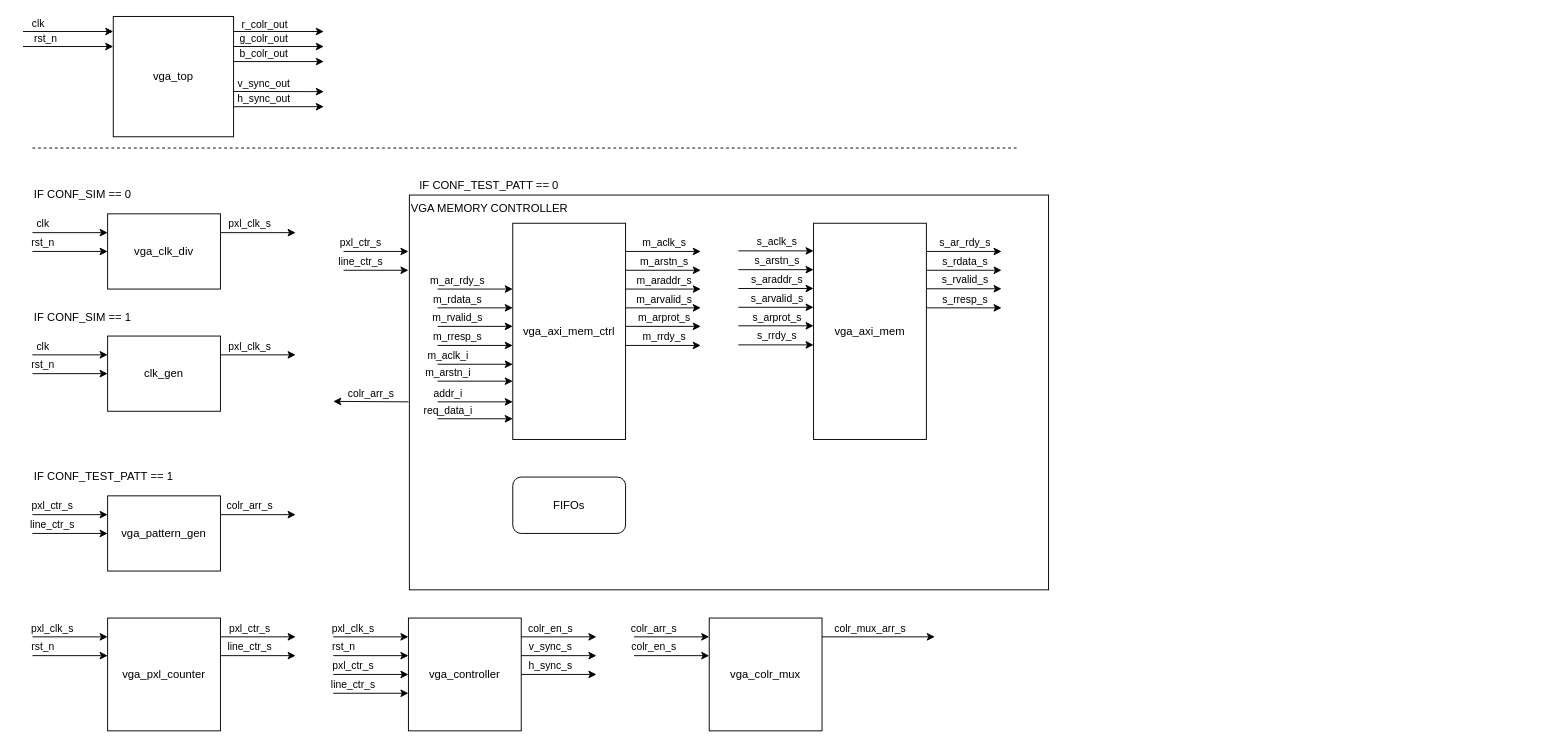
Before: page "vga_arch_int_BRAM" (3 of 4) of docs/top_lvl_block_diagram.drawio in T-Szymk/VGA_Controller, a draw.io diagram. Source tidied: cells renumbered, new cells numbered last; positions are measured from the earlier drawing's top-left corner, leaving out a move shared by most shapes. Both pictures are drawn from the tidied source at 94%, with x=0, y=0 at pixel (23, 16).
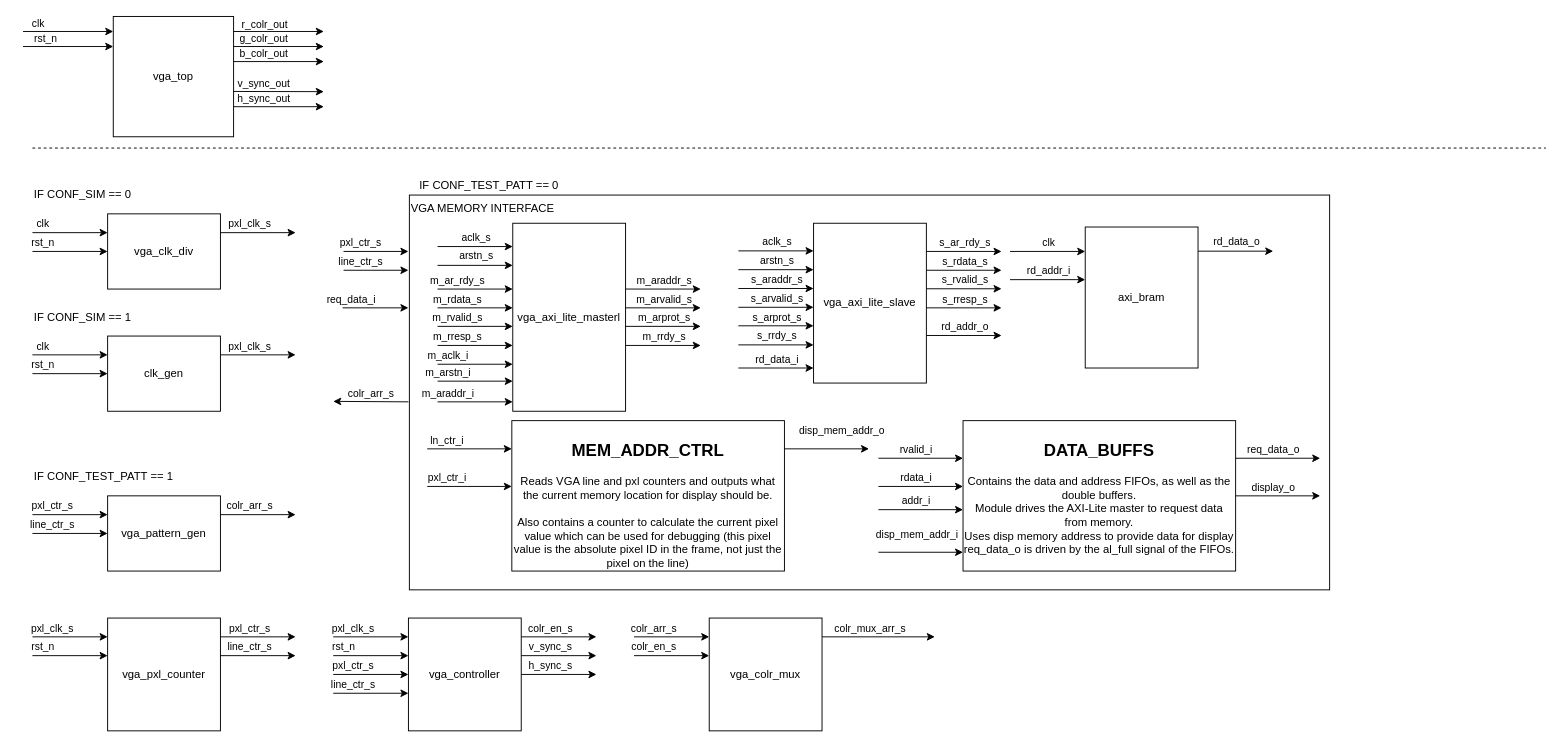
The same page after the edit.

Commit message (it also covers changes not shown here):
update architectural drawing of memory interface, finalise memory interface model and add do file

The change refers to these unchanged cells:
```xml
<mxCell id="95" style="endArrow=classic;html=1;rounded=0;entryX=0;entryY=0.25;entryDx=0;entryDy=0;" parent="1" edge="1">
  <mxGeometry relative="1" as="geometry">
    <mxPoint x="761" y="249.4" as="sourcePoint" />
    <mxPoint x="841" y="249.4" as="targetPoint" />
  </mxGeometry>
</mxCell>
<mxCell id="97" style="endArrow=classic;html=1;rounded=0;entryX=0;entryY=0.25;entryDx=0;entryDy=0;" parent="1" edge="1">
  <mxGeometry relative="1" as="geometry">
    <mxPoint x="761" y="269.4" as="sourcePoint" />
    <mxPoint x="841" y="269.4" as="targetPoint" />
  </mxGeometry>
</mxCell>
<mxCell id="122" style="endArrow=classic;html=1;rounded=0;entryX=0;entryY=0.25;entryDx=0;entryDy=0;" parent="1" edge="1">
  <mxGeometry relative="1" as="geometry">
    <mxPoint x="441" y="410" as="sourcePoint" />
    <mxPoint x="521" y="410" as="targetPoint" />
  </mxGeometry>
</mxCell>
```

The edit, as a diff of the source:
```diff
@@
-    <mxCell id="2" value="VGA MEMORY CONTROLLER" style="rounded=0;whiteSpace=wrap;html=1;fillColor=default;align=left;verticalAlign=top;" parent="1" vertex="1">
-      <mxGeometry x="411" y="190" width="680" height="420" as="geometry" />
+    <mxCell id="2" value="VGA MEMORY INTERFACE" style="rounded=0;whiteSpace=wrap;html=1;fillColor=default;align=left;verticalAlign=top;" parent="1" vertex="1">
+      <mxGeometry x="411" y="190" width="979" height="420" as="geometry" />
     </mxCell>
@@
     <mxCell id="67" style="endArrow=none;dashed=1;html=1;rounded=0;" parent="1" edge="1">
       <mxGeometry relative="1" as="geometry">
         <mxPoint x="10" y="140" as="sourcePoint" />
-        <mxPoint x="1060" y="140" as="targetPoint" />
+        <mxPoint x="1620" y="140" as="targetPoint" />
       </mxGeometry>
     </mxCell>
-    <mxCell id="68" value="vga_axi_mem_ctrl" style="rounded=0;whiteSpace=wrap;html=1;" parent="1" vertex="1">
-      <mxGeometry x="521" y="220" width="120" height="230" as="geometry" />
+    <mxCell id="68" value="vga_axi_lite_masterl" style="rounded=0;whiteSpace=wrap;html=1;" parent="1" vertex="1">
+      <mxGeometry x="521" y="220" width="120" height="200" as="geometry" />
     </mxCell>
@@
-    <mxCell id="70" value="vga_axi_mem" style="rounded=0;whiteSpace=wrap;html=1;" parent="1" vertex="1">
-      <mxGeometry x="841" y="220" width="120" height="230" as="geometry" />
+    <mxCell id="70" value="vga_axi_lite_slave" style="rounded=0;whiteSpace=wrap;html=1;" parent="1" vertex="1">
+      <mxGeometry x="841" y="220" width="120" height="170" as="geometry" />
     </mxCell>
@@
     <mxCell id="77" style="endArrow=classic;html=1;rounded=0;entryX=0;entryY=0.25;entryDx=0;entryDy=0;" parent="1" edge="1">
       <mxGeometry relative="1" as="geometry">
-        <mxPoint x="641" y="250" as="sourcePoint" />
-        <mxPoint x="721" y="250" as="targetPoint" />
+        <mxPoint x="441" y="244.8" as="sourcePoint" />
+        <mxPoint x="521" y="244.8" as="targetPoint" />
       </mxGeometry>
     </mxCell>
-    <mxCell id="78" value="m_aclk_s" style="edgeLabel;html=1;align=center;verticalAlign=middle;" parent="77" vertex="1">
+    <mxCell id="78" value="aclk_s" style="edgeLabel;html=1;align=center;verticalAlign=middle;" parent="77" vertex="1">
       <mxGeometry x="-0.47" y="2" relative="1" as="geometry">
         <mxPoint x="19" y="-8" as="offset" />
       </mxGeometry>
     </mxCell>
     <mxCell id="79" style="endArrow=classic;html=1;rounded=0;entryX=0;entryY=0.25;entryDx=0;entryDy=0;" parent="1" edge="1">
       <mxGeometry relative="1" as="geometry">
-        <mxPoint x="641" y="270" as="sourcePoint" />
-        <mxPoint x="721" y="270" as="targetPoint" />
+        <mxPoint x="441" y="264.8" as="sourcePoint" />
+        <mxPoint x="521" y="264.8" as="targetPoint" />
       </mxGeometry>
     </mxCell>
-    <mxCell id="80" value="m_arstn_s" style="edgeLabel;html=1;align=center;verticalAlign=middle;" parent="79" vertex="1">
+    <mxCell id="80" value="arstn_s" style="edgeLabel;html=1;align=center;verticalAlign=middle;" parent="79" vertex="1">
       <mxGeometry x="-0.47" y="2" relative="1" as="geometry">
         <mxPoint x="19" y="-8" as="offset" />
       </mxGeometry>
     </mxCell>
@@
-    <mxCell id="96" value="s_aclk_s" style="edgeLabel;html=1;align=center;verticalAlign=middle;" parent="95" vertex="1">
+    <mxCell id="96" value="aclk_s" style="edgeLabel;html=1;align=center;verticalAlign=middle;" parent="95" vertex="1">
       <mxGeometry x="-0.47" y="2" relative="1" as="geometry">
         <mxPoint x="19" y="-8" as="offset" />
       </mxGeometry>
     </mxCell>
@@
-    <mxCell id="98" value="s_arstn_s" style="edgeLabel;html=1;align=center;verticalAlign=middle;" parent="97" vertex="1">
+    <mxCell id="98" value="arstn_s" style="edgeLabel;html=1;align=center;verticalAlign=middle;" parent="97" vertex="1">
       <mxGeometry x="-0.47" y="2" relative="1" as="geometry">
         <mxPoint x="19" y="-8" as="offset" />
       </mxGeometry>
     </mxCell>
@@
-    <mxCell id="119" value="FIFOs" style="rounded=1;whiteSpace=wrap;html=1;" parent="1" vertex="1">
-      <mxGeometry x="521" y="490" width="120" height="60" as="geometry" />
-    </mxCell>
@@
-    <mxCell id="123" value="addr_i" style="edgeLabel;html=1;align=center;verticalAlign=middle;" parent="122" vertex="1">
+    <mxCell id="123" value="m_araddr_i" style="edgeLabel;html=1;align=center;verticalAlign=middle;" parent="122" vertex="1">
       <mxGeometry x="-0.5" y="2" relative="1" as="geometry">
         <mxPoint x="-10" y="-8" as="offset" />
       </mxGeometry>
     </mxCell>
     <mxCell id="124" style="endArrow=classic;html=1;rounded=0;entryX=0;entryY=0.25;entryDx=0;entryDy=0;" parent="1" edge="1">
       <mxGeometry relative="1" as="geometry">
-        <mxPoint x="441" y="428" as="sourcePoint" />
-        <mxPoint x="521" y="428" as="targetPoint" />
+        <mxPoint x="340" y="310" as="sourcePoint" />
+        <mxPoint x="410" y="310" as="targetPoint" />
       </mxGeometry>
     </mxCell>
@@
+    <mxCell id="126" value="&lt;h2&gt;MEM_ADDR_CTRL&lt;/h2&gt;&lt;div&gt;Reads VGA line and pxl counters and outputs what the current memory location for display should be.&lt;/div&gt;&lt;div&gt;&lt;br&gt;&lt;/div&gt;&lt;div&gt;Also contains a counter to calculate the current pixel value which can be used for debugging (this pixel value is the absolute pixel ID in the frame, not just the pixel on the line)&lt;br&gt;&lt;/div&gt;" style="rounded=0;whiteSpace=wrap;html=1;align=center;verticalAlign=top;" parent="1" vertex="1">
+      <mxGeometry x="520" y="430" width="290" height="160" as="geometry" />
+    </mxCell>
+    <mxCell id="127" style="endArrow=classic;html=1;rounded=0;" parent="1" edge="1">
+      <mxGeometry relative="1" as="geometry">
+        <mxPoint x="430" y="460" as="sourcePoint" />
+        <mxPoint x="520" y="460" as="targetPoint" />
+      </mxGeometry>
+    </mxCell>
+    <mxCell id="128" value="ln_ctr_i" style="edgeLabel;html=1;align=center;verticalAlign=middle;" parent="127" vertex="1">
+      <mxGeometry x="-0.63" relative="1" as="geometry">
+        <mxPoint x="3" y="-10" as="offset" />
+      </mxGeometry>
+    </mxCell>
+    <mxCell id="129" style="endArrow=classic;html=1;rounded=0;" parent="1" edge="1">
+      <mxGeometry relative="1" as="geometry">
+        <mxPoint x="430" y="500" as="sourcePoint" />
+        <mxPoint x="520" y="500" as="targetPoint" />
+      </mxGeometry>
+    </mxCell>
+    <mxCell id="130" value="pxl_ctr_i" style="edgeLabel;html=1;align=center;verticalAlign=middle;" parent="1" vertex="1">
+      <mxGeometry x="450" y="490" as="geometry" />
+    </mxCell>
+    <mxCell id="131" style="endArrow=classic;html=1;rounded=0;" parent="1" edge="1">
+      <mxGeometry relative="1" as="geometry">
+        <mxPoint x="810" y="460" as="sourcePoint" />
+        <mxPoint x="900" y="460" as="targetPoint" />
+      </mxGeometry>
+    </mxCell>
+    <mxCell id="132" value="disp_mem_addr_o" style="edgeLabel;html=1;align=center;verticalAlign=middle;" parent="131" vertex="1">
+      <mxGeometry x="-0.63" relative="1" as="geometry">
+        <mxPoint x="43" y="-20" as="offset" />
+      </mxGeometry>
+    </mxCell>
+    <mxCell id="133" value="&lt;h2&gt;DATA_BUFFS&lt;/h2&gt;&lt;div&gt;Contains the data and address FIFOs, as well as the double buffers.&lt;/div&gt;&lt;div&gt;Module drives the AXI-Lite master to request data from memory.&lt;/div&gt;&lt;div&gt;Uses disp memory address to provide data for display&lt;/div&gt;&lt;div&gt;req_data_o is driven by the al_full signal of the FIFOs.&lt;br&gt;&lt;/div&gt;" style="rounded=0;whiteSpace=wrap;html=1;align=center;verticalAlign=top;" parent="1" vertex="1">
+      <mxGeometry x="1000" y="430" width="290" height="160" as="geometry" />
+    </mxCell>
+    <mxCell id="134" style="endArrow=classic;html=1;rounded=0;" parent="1" edge="1">
+      <mxGeometry relative="1" as="geometry">
+        <mxPoint x="1290" y="470" as="sourcePoint" />
+        <mxPoint x="1380" y="470" as="targetPoint" />
+      </mxGeometry>
+    </mxCell>
+    <mxCell id="135" value="req_data_o" style="edgeLabel;html=1;align=center;verticalAlign=middle;" parent="134" vertex="1">
+      <mxGeometry x="0.25" relative="1" as="geometry">
+        <mxPoint x="-17" y="-10" as="offset" />
+      </mxGeometry>
+    </mxCell>
+    <mxCell id="136" style="endArrow=classic;html=1;rounded=0;" parent="1" edge="1">
+      <mxGeometry relative="1" as="geometry">
+        <mxPoint x="910" y="470" as="sourcePoint" />
+        <mxPoint x="1000" y="470" as="targetPoint" />
+      </mxGeometry>
+    </mxCell>
+    <mxCell id="137" value="rvalid_i" style="edgeLabel;html=1;align=center;verticalAlign=middle;" parent="136" vertex="1">
+      <mxGeometry x="0.25" relative="1" as="geometry">
+        <mxPoint x="-17" y="-10" as="offset" />
+      </mxGeometry>
+    </mxCell>
+    <mxCell id="138" style="endArrow=classic;html=1;rounded=0;" parent="1" edge="1">
+      <mxGeometry relative="1" as="geometry">
+        <mxPoint x="910" y="500" as="sourcePoint" />
+        <mxPoint x="1000" y="500" as="targetPoint" />
+      </mxGeometry>
+    </mxCell>
+    <mxCell id="139" value="rdata_i" style="edgeLabel;html=1;align=center;verticalAlign=middle;" parent="138" vertex="1">
+      <mxGeometry x="0.25" relative="1" as="geometry">
+        <mxPoint x="-17" y="-10" as="offset" />
+      </mxGeometry>
+    </mxCell>
+    <mxCell id="140" style="endArrow=classic;html=1;rounded=0;" parent="1" edge="1">
+      <mxGeometry relative="1" as="geometry">
+        <mxPoint x="910" y="524.7" as="sourcePoint" />
+        <mxPoint x="1000" y="524.7" as="targetPoint" />
+      </mxGeometry>
+    </mxCell>
+    <mxCell id="141" value="addr_i" style="edgeLabel;html=1;align=center;verticalAlign=middle;" parent="140" vertex="1">
+      <mxGeometry x="0.25" relative="1" as="geometry">
+        <mxPoint x="-17" y="-10" as="offset" />
+      </mxGeometry>
+    </mxCell>
+    <mxCell id="142" style="endArrow=classic;html=1;rounded=0;" parent="1" edge="1">
+      <mxGeometry relative="1" as="geometry">
+        <mxPoint x="910" y="570" as="sourcePoint" />
+        <mxPoint x="1000" y="570" as="targetPoint" />
+      </mxGeometry>
+    </mxCell>
+    <mxCell id="143" value="disp_mem_addr_i" style="edgeLabel;html=1;align=center;verticalAlign=middle;" parent="142" vertex="1">
+      <mxGeometry x="-0.63" relative="1" as="geometry">
+        <mxPoint x="23" y="-20" as="offset" />
+      </mxGeometry>
+    </mxCell>
+    <mxCell id="144" style="endArrow=classic;html=1;rounded=0;" parent="1" edge="1">
+      <mxGeometry relative="1" as="geometry">
+        <mxPoint x="1290" y="510" as="sourcePoint" />
+        <mxPoint x="1380" y="510" as="targetPoint" />
+      </mxGeometry>
+    </mxCell>
+    <mxCell id="145" value="display_o" style="edgeLabel;html=1;align=center;verticalAlign=middle;" parent="144" vertex="1">
+      <mxGeometry x="0.25" relative="1" as="geometry">
+        <mxPoint x="-17" y="-10" as="offset" />
+      </mxGeometry>
+    </mxCell>
+    <mxCell id="146" value="axi_bram" style="rounded=0;whiteSpace=wrap;html=1;" parent="1" vertex="1">
+      <mxGeometry x="1130" y="224" width="120" height="150" as="geometry" />
+    </mxCell>
+    <mxCell id="147" style="endArrow=classic;html=1;rounded=0;entryX=0;entryY=0.25;entryDx=0;entryDy=0;" parent="1" edge="1">
+      <mxGeometry relative="1" as="geometry">
+        <mxPoint x="961" y="339.4" as="sourcePoint" />
+        <mxPoint x="1041" y="339.4" as="targetPoint" />
+      </mxGeometry>
+    </mxCell>
+    <mxCell id="148" value="rd_addr_o" style="edgeLabel;html=1;align=center;verticalAlign=middle;" parent="147" vertex="1">
+      <mxGeometry x="-0.47" y="2" relative="1" as="geometry">
+        <mxPoint x="19" y="-8" as="offset" />
+      </mxGeometry>
+    </mxCell>
+    <mxCell id="149" style="endArrow=classic;html=1;rounded=0;entryX=0;entryY=0.25;entryDx=0;entryDy=0;" parent="1" edge="1">
+      <mxGeometry relative="1" as="geometry">
+        <mxPoint x="761" y="374" as="sourcePoint" />
+        <mxPoint x="841" y="374" as="targetPoint" />
+      </mxGeometry>
+    </mxCell>
+    <mxCell id="150" value="rd_data_i" style="edgeLabel;html=1;align=center;verticalAlign=middle;" parent="149" vertex="1">
+      <mxGeometry x="-0.47" y="2" relative="1" as="geometry">
+        <mxPoint x="19" y="-8" as="offset" />
+      </mxGeometry>
+    </mxCell>
+    <mxCell id="151" style="endArrow=classic;html=1;rounded=0;entryX=0;entryY=0.25;entryDx=0;entryDy=0;" parent="1" edge="1">
+      <mxGeometry relative="1" as="geometry">
+        <mxPoint x="1250" y="249.7" as="sourcePoint" />
+        <mxPoint x="1330" y="249.7" as="targetPoint" />
+      </mxGeometry>
+    </mxCell>
+    <mxCell id="152" value="rd_data_o" style="edgeLabel;html=1;align=center;verticalAlign=middle;" parent="151" vertex="1">
+      <mxGeometry x="-0.47" y="2" relative="1" as="geometry">
+        <mxPoint x="19" y="-8" as="offset" />
+      </mxGeometry>
+    </mxCell>
+    <mxCell id="153" style="endArrow=classic;html=1;rounded=0;entryX=0;entryY=0.25;entryDx=0;entryDy=0;" parent="1" edge="1">
+      <mxGeometry relative="1" as="geometry">
+        <mxPoint x="1050" y="250" as="sourcePoint" />
+        <mxPoint x="1130" y="250" as="targetPoint" />
+      </mxGeometry>
+    </mxCell>
+    <mxCell id="154" value="clk" style="edgeLabel;html=1;align=center;verticalAlign=middle;" parent="153" vertex="1">
+      <mxGeometry x="-0.47" y="2" relative="1" as="geometry">
+        <mxPoint x="19" y="-8" as="offset" />
+      </mxGeometry>
+    </mxCell>
+    <mxCell id="155" style="endArrow=classic;html=1;rounded=0;entryX=0;entryY=0.25;entryDx=0;entryDy=0;" parent="1" edge="1">
+      <mxGeometry relative="1" as="geometry">
+        <mxPoint x="1050" y="280" as="sourcePoint" />
+        <mxPoint x="1130" y="280" as="targetPoint" />
+      </mxGeometry>
+    </mxCell>
+    <mxCell id="156" value="rd_addr_i" style="edgeLabel;html=1;align=center;verticalAlign=middle;" parent="155" vertex="1">
+      <mxGeometry x="-0.47" y="2" relative="1" as="geometry">
+        <mxPoint x="19" y="-8" as="offset" />
+      </mxGeometry>
+    </mxCell>
```
